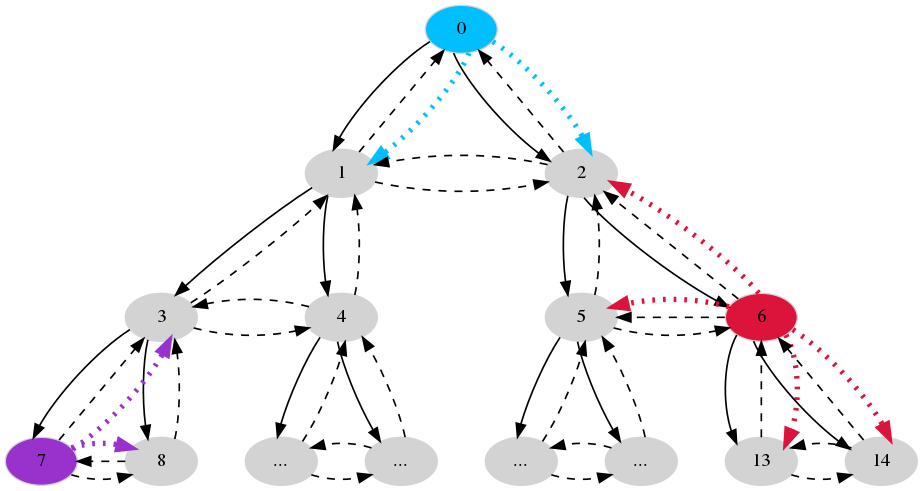
Above: figures/chapter2/tdgraph-accessible.png in jharwell/phd-thesis (Graphviz), before the change. Its source is kept beside it as figures/chapter2/tdgraph-accessible.dot.
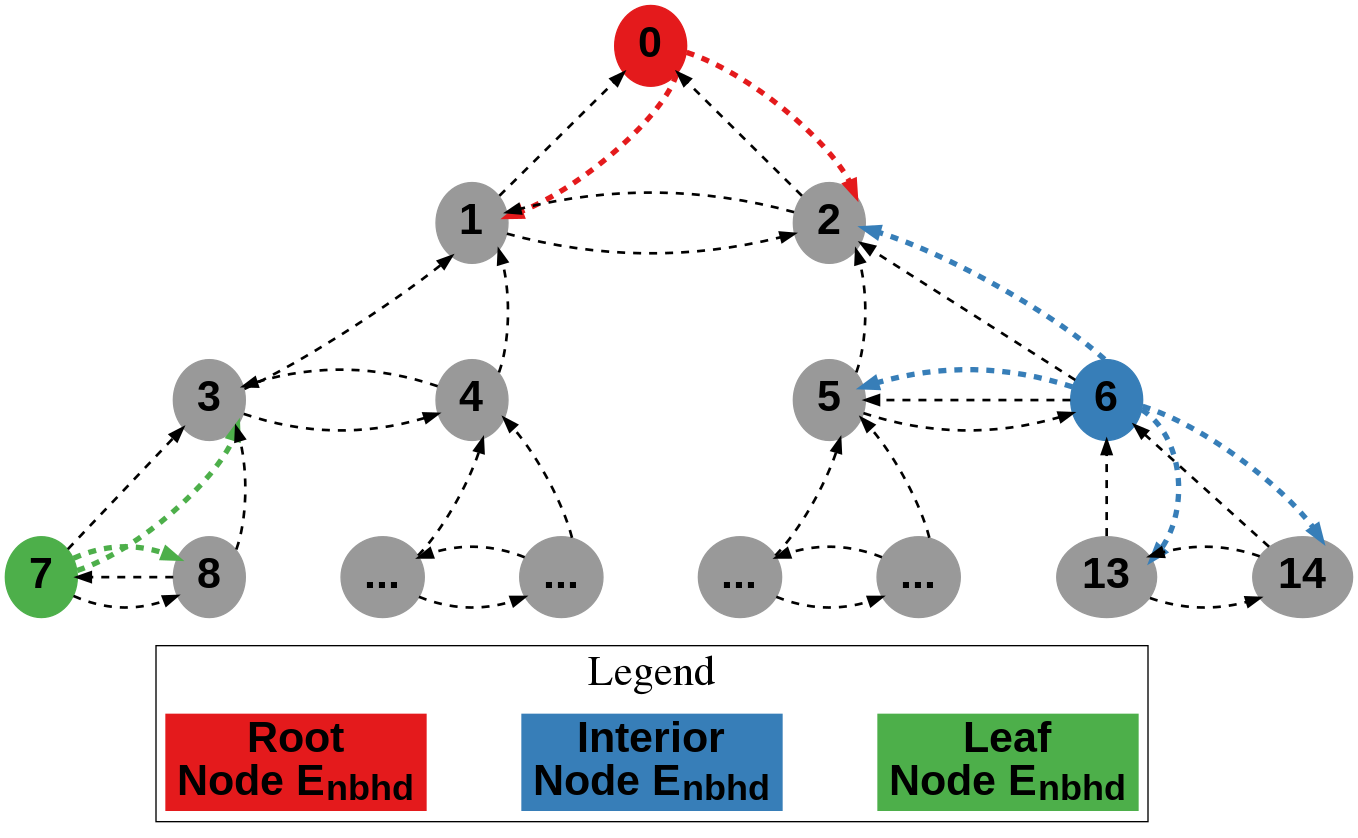
After the commit.

Commit message:
Fixup some of the AAMAS figures to be much more standalone

Change to the diagram source:
```diff
@@ -1,60 +1,90 @@
 digraph tdgraph {
-        node [color=lightgray, style=filled, preferred=0.50];
-        graph [ordering="out", nodesep=0.5, ranksep=1.0];
-        edge[penwidth=1.25]
+        node [style=filled,fontsize=32,fontname="arial bold",colorscheme=set19];
+        graph [ordering="out", nodesep=1.0, ranksep=1.0,rankdir=TB,newrank=true];
+        edge[penwidth=4,colorscheme=set19]
         {
-                rank = same;
+                rank = 0;
                 rankdir=LR;
 
-                "0" [label="0",fillcolor=deepskyblue];
+                "0" [label="0",color=1];
         }
         {
-                rank=same;
+                rank=1;
                 rankdir=LR;
 
-                "1" [label="1"];
-                "2" [label="2"];
+                "1" [label="1",color=9];
+                "2" [label="2",color=9];
         }
         {
-                rank=same;
+                rank=2;
                 rankdir=LR;
 
-                "3" [label="3"];
-                "4" [label="4"];
-                "5" [label="5"];
-                "6" [label="6", fillcolor=crimson];
+                "3" [label="3",color=9];
+                "4" [label="4",color=9];
+                "5" [label="5",color=9];
+                "6" [label="6", color=2];
         }
         {
-                rank=same;
+                rank=3;
                 rankdir=LR;
 
-                "7" [label="7",fillcolor=darkorchid];
-                "8" [label="8"];
-                "9" [label="..."];
-                "10" [label="..."];
-                "11" [label="..."];
-                "12" [label="..."];
-                "13" [label="13"];
-                "14" [label="14"];
+                "7" [label="7",color=3];
+                "8" [label="8",color=9];
+                "9" [label="...",color=9];
+                "10" [label="...",color=9];
+                "11" [label="...",color=9];
+                "12" [label="...",color=9];
+                "13" [label="13",color=9];
+                "14" [label="14",color=9];
+        }
+                {
+                rank=4
+                subgraph cluster1 {
+
+                        label = "Legend";
+                        fontsize=32;
+                        nodesep=1.0
+                        d0 [label=<Root<br></br>Node &Epsilon;<SUB>nbhd</SUB>>,
+                            color=1,
+                            shape=record];
+                        d1 [label=<Interior<br></br>Node &Epsilon;<SUB>nbhd</SUB>>,
+                            color=2,
+                            shape=record];
+                        d2 [label=<Leaf<br></br>Node &Epsilon;<SUB>nbhd</SUB>>,
+                            color=3,
+                            shape=record];
+                        {rank=same d0, d1, d2}
+
+                  }
+
         }
 
-        "0" -> "1";
-        "0" -> "2";
 
-        "1" -> "3";
-        "1" -> "4";
-        "2" -> "5";
-        "2" -> "6";
+        "0" -> "1" [style=invis];
+        "0" -> "2" [style=invis];
 
-        "3" -> "7";
-        "3" -> "8";
-        "4" -> "9";
-        "4" -> "10";
-        "5" -> "11";
-        "5" -> "12";
-        "6" -> "13";
-        "6" -> "14";
+        "1" -> "3"[style=invis];
+        "1" -> "4"[style=invis];
+        "2" -> "5"[style=invis];
+        "2" -> "6"[style=invis];
 
+        "3" -> "7"[style=invis];
+        "3" -> "8"[style=invis];
+        "4" -> "9"[style=invis];
+        "4" -> "10"[style=invis];
+        "5" -> "11"[style=invis];
+        "5" -> "12"[style=invis];
+        "6" -> "13"[style=invis];
+        "6" -> "14"[style=invis];
+
+        "8" -> d0[style=invis]
+        "9" -> d0[style=invis]
+        "10" -> d1[style=invis]
+        "11" -> d1[style=invis]
+        "12" -> d2[style=invis]
+        "13" -> d2[style=invis]
+
+        edge[penwidth=2]
         "1" -> "0" [style=dashed,constraint=false]
         "2" -> "0" [style=dashed,constraint=false]
 
@@ -87,14 +117,15 @@
         "13" -> "14" [style=dashed,constraint=false]
         "14" -> "13" [style=dashed,constraint=false]
 
-        "0" -> "1" [color=deepskyblue,constraint=false,style=dotted,penwidth=4.0]
-        "0" -> "2" [color=deepskyblue,constraint=false,style=dotted,penwidth=4.0]
+        edge[penwidth=4]
+        "0" -> "1" [color=1,constraint=false,style=dashed,penwidth=4.0]
+        "0" -> "2" [color=1,constraint=false,style=dashed,penwidth=4.0]
 
-        "7" -> "3" [color=darkorchid,constraint=false,style=dotted, penwidth=4.0]
-        "7" -> "8" [color=darkorchid,constraint=false,style=dotted,penwidth=4.0]
+        "7" -> "3" [color=3,constraint=false,style=dashed, penwidth=4.0]
+        "7" -> "8" [color=3,constraint=false,style=dashed,penwidth=4.0]
 
-        "6" -> "2" [color=crimson, constraint=false,style=dotted,penwidth=4.0]
-        "6" -> "5" [color=crimson, constraint=false,style=dotted,penwidth=4.0]
-        "6" -> "13" [color=crimson, constraint=false,style=dotted,penwidth=4.0]
-        "6" -> "14" [color=crimson, constraint=false,style=dotted,penwidth=4.0]
+        "6" -> "2" [color=2, constraint=false,style=dashed,penwidth=4.0]
+        "6" -> "5" [color=2, constraint=false,style=dashed,penwidth=4.0]
+        "6" -> "13" [color=2, constraint=false,style=dashed,penwidth=4.0]
+        "6" -> "14" [color=2, constraint=false,style=dashed,penwidth=4.0]
         }
```
